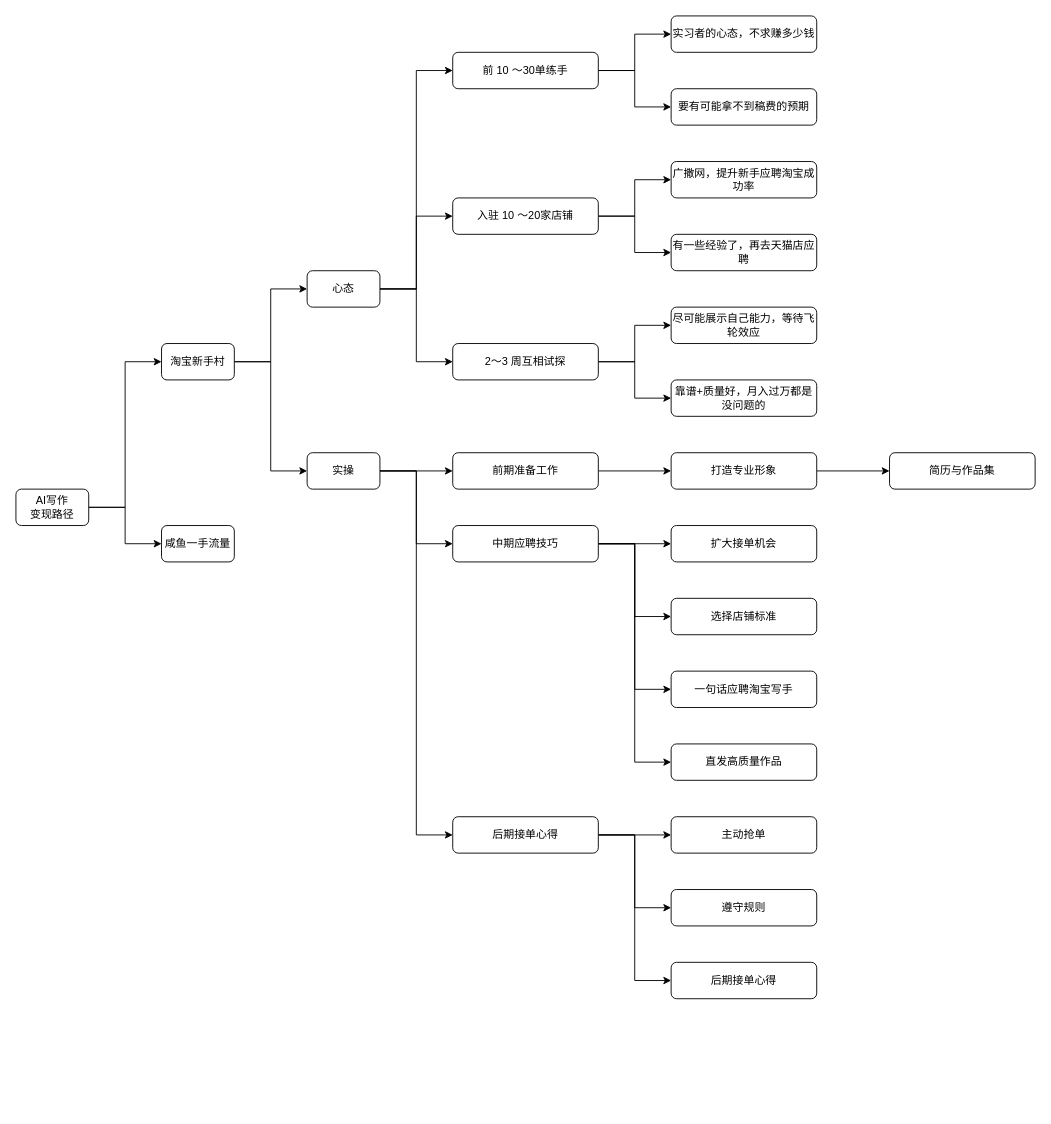
Above: page "第 2 页" (2 of 2) of AI prompt.drawio in youyusan/AI_prompt (draw.io), before the change. Source tidied: cells renumbered, new cells numbered last; positions are measured from the earlier drawing's top-left corner, leaving out a move shared by most shapes. Both pictures are drawn from the tidied source at 91%, with x=0, y=0 at pixel (15, 15).
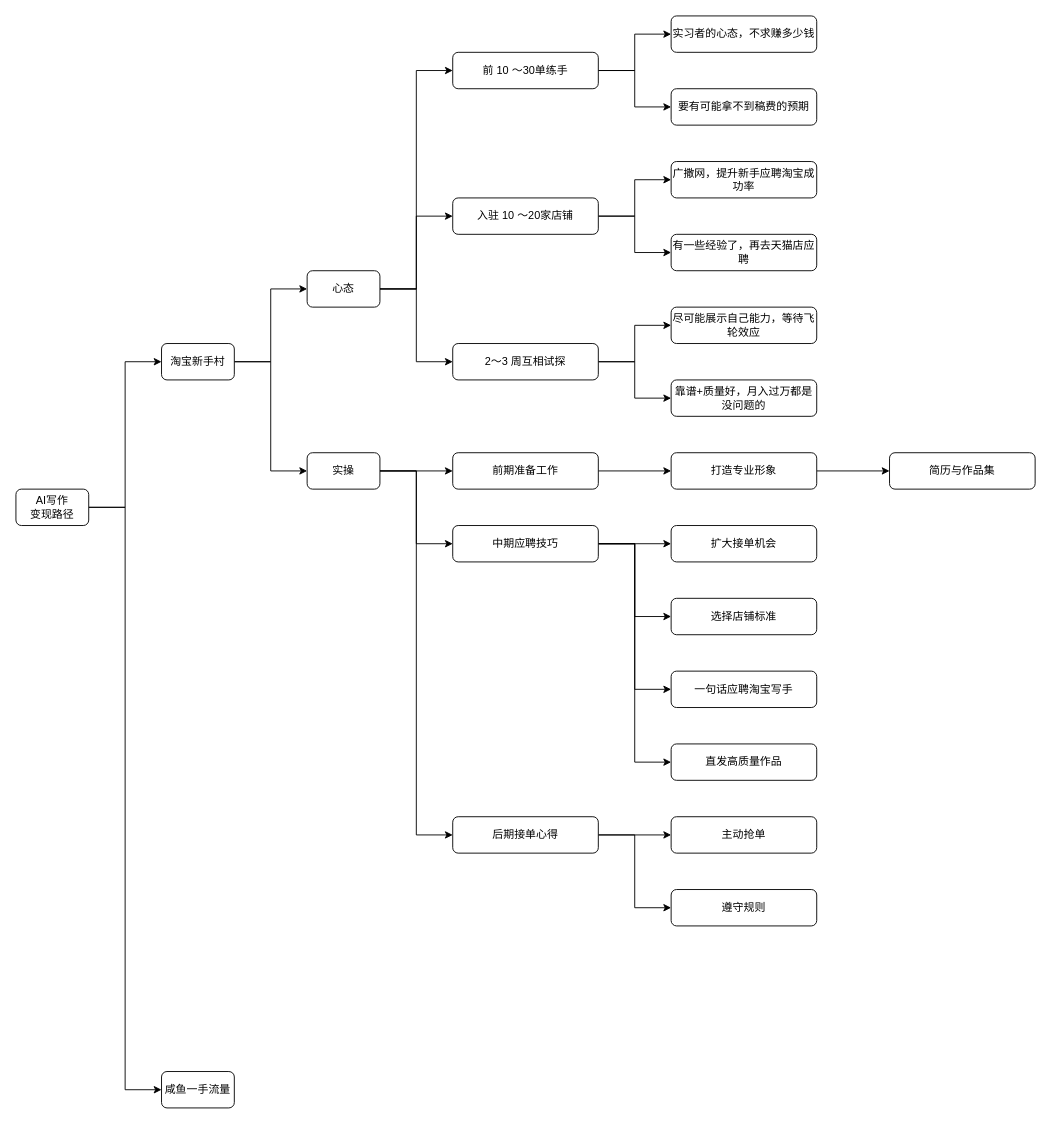
After the change.

Unchanged cells that the change refers to:
```xml
<mxCell id="48" value="后期接单心得" style="rounded=1;whiteSpace=wrap;html=1;" parent="1" vertex="1">
  <mxGeometry x="480" y="880" width="160" height="40" as="geometry" />
</mxCell>
```

What changed in the source:
```diff
@@
     <mxCell id="8" value="咸鱼一手流量" style="rounded=1;whiteSpace=wrap;html=1;" parent="1" vertex="1">
-      <mxGeometry x="160" y="560" width="80" height="40" as="geometry" />
+      <mxGeometry x="160" y="1160" width="80" height="40" as="geometry" />
     </mxCell>
@@
-    <mxCell id="47" style="edgeStyle=orthogonalEdgeStyle;shape=connector;rounded=0;hachureGap=4;jettySize=auto;html=1;entryX=0;entryY=0.5;entryDx=0;entryDy=0;strokeColor=default;align=center;verticalAlign=middle;fontFamily=Architects Daughter;fontSize=11;fontColor=default;labelBackgroundColor=default;endArrow=classic;" parent="1" edge="1" source="48" target="51">
-      <mxGeometry relative="1" as="geometry" />
-    </mxCell>
@@
-    <mxCell id="51" value="后期接单心得" style="rounded=1;whiteSpace=wrap;html=1;" parent="1" vertex="1">
-      <mxGeometry x="720" y="1040" width="160" height="40" as="geometry" />
-    </mxCell>
```
